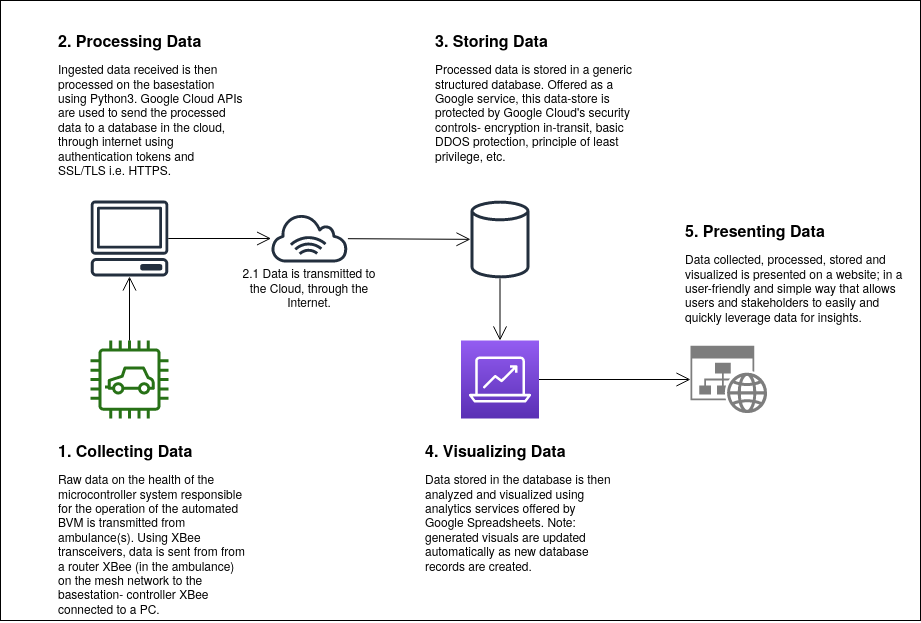
Before: docs/syshealth-finalrelease-doc/syshealth-finalrelease-images/4k-architecture.png, a diagram exported from draw.io (yoniblum/ENG4000-Team-A-F). Source tidied: cells renumbered, new cells last; positions are measured from the earlier drawing's top-left corner, leaving out a move shared by most shapes.
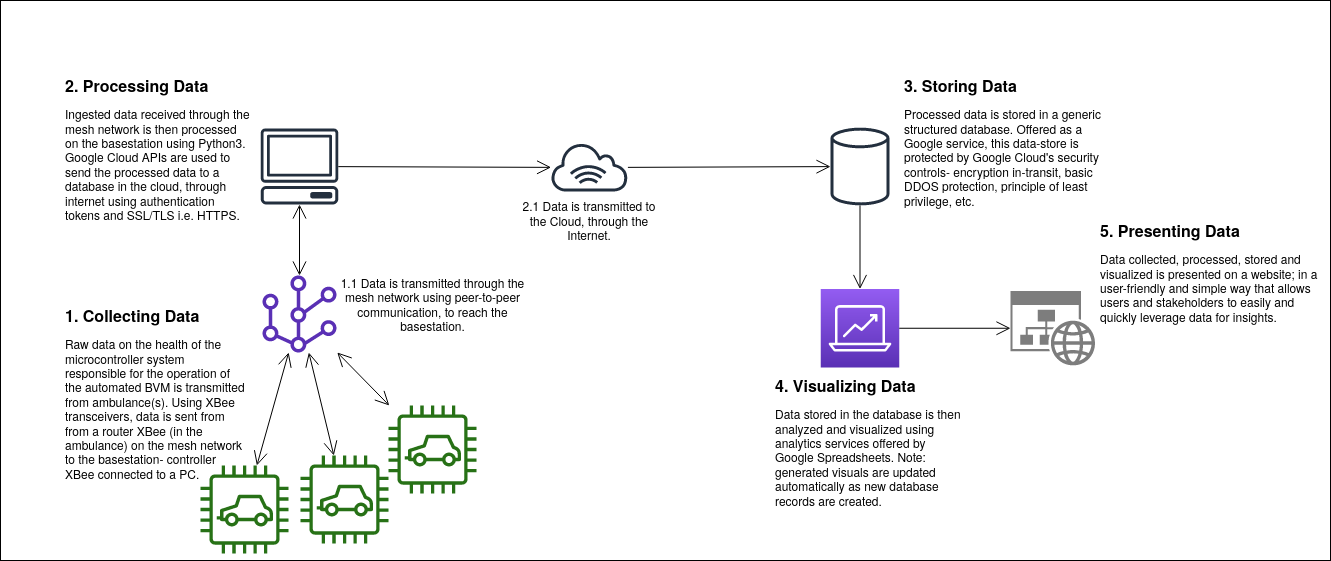
The same file after the commit.

What changed in the source:
```diff
@@ -3,19 +3,13 @@
     <mxCell id="0" />
     <mxCell id="1" parent="0" />
     <mxCell id="2" style="rounded=0;whiteSpace=wrap;html=1;" parent="1" vertex="1">
-      <mxGeometry width="920" height="620" as="geometry" />
+      <mxGeometry x="-170" y="-35" width="1330" height="560" as="geometry" />
     </mxCell>
-    <mxCell id="3" style="outlineConnect=0;fontColor=#232F3E;gradientColor=none;fillColor=#277116;strokeColor=none;dashed=0;verticalLabelPosition=bottom;verticalAlign=top;align=center;html=1;fontSize=12;fontStyle=0;shape=mxgraph.aws4.car;" parent="1" vertex="1">
-      <mxGeometry x="90" y="340" width="78" height="78" as="geometry" />
-    </mxCell>
-    <mxCell id="4" style="endArrow=open;endFill=1;endSize=12;html=1;" parent="1" edge="1" source="3" target="5">
-      <mxGeometry relative="1" as="geometry" />
-    </mxCell>
     <mxCell id="5" style="outlineConnect=0;fontColor=#232F3E;gradientColor=none;fillColor=#232F3E;strokeColor=none;dashed=0;verticalLabelPosition=bottom;verticalAlign=top;align=center;html=1;fontSize=12;fontStyle=0;shape=mxgraph.aws4.client;" parent="1" vertex="1">
-      <mxGeometry x="90" y="200" width="78" height="76" as="geometry" />
+      <mxGeometry x="90" y="93" width="78" height="76" as="geometry" />
     </mxCell>
     <mxCell id="6" style="outlineConnect=0;fontColor=#232F3E;gradientColor=none;fillColor=#232F3E;strokeColor=none;dashed=0;verticalLabelPosition=bottom;verticalAlign=top;align=center;html=1;fontSize=12;fontStyle=0;shape=mxgraph.aws4.internet_alt1;" parent="1" vertex="1">
-      <mxGeometry x="270" y="214" width="78" height="48" as="geometry" />
+      <mxGeometry x="380" y="108" width="78" height="48" as="geometry" />
     </mxCell>
     <mxCell id="7" style="endArrow=open;endFill=1;endSize=12;html=1;" parent="1" edge="1" source="5" target="6">
       <mxGeometry relative="1" as="geometry" />
@@ -24,37 +18,64 @@
       <mxGeometry relative="1" as="geometry" />
     </mxCell>
     <mxCell id="9" style="outlineConnect=0;fontColor=#232F3E;gradientColor=none;fillColor=#232F3E;strokeColor=none;dashed=0;verticalLabelPosition=bottom;verticalAlign=top;align=center;html=1;fontSize=12;fontStyle=0;shape=mxgraph.aws4.generic_database;" parent="1" vertex="1">
-      <mxGeometry x="470" y="200" width="59" height="78" as="geometry" />
+      <mxGeometry x="660" y="92" width="59" height="78" as="geometry" />
     </mxCell>
     <mxCell id="10" style="outlineConnect=0;fontColor=#232F3E;gradientColor=#945DF2;gradientDirection=north;fillColor=#5A30B5;strokeColor=#ffffff;dashed=0;verticalLabelPosition=bottom;verticalAlign=top;align=center;html=1;fontSize=12;fontStyle=0;shape=mxgraph.aws4.resourceIcon;resIcon=mxgraph.aws4.analytics;" parent="1" vertex="1">
-      <mxGeometry x="460.5" y="340" width="78" height="78" as="geometry" />
+      <mxGeometry x="650.2" y="253.5" width="78.5" height="78.5" as="geometry" />
     </mxCell>
     <mxCell id="11" style="endArrow=open;endFill=1;endSize=12;html=1;" parent="1" edge="1" source="9" target="10">
       <mxGeometry relative="1" as="geometry" />
     </mxCell>
     <mxCell id="12" value="&lt;h1 style=&quot;font-size: 16px&quot;&gt;1. Collecting Data&lt;br&gt;&lt;/h1&gt;&lt;p&gt;Raw data on the health of the microcontroller system responsible for the operation of the automated BVM is transmitted from ambulance(s). Using XBee transceivers, data is sent from from a router XBee (in the ambulance) on the mesh network to the basestation- controller XBee connected to a PC. &lt;br&gt;&lt;/p&gt;" style="text;html=1;strokeColor=none;fillColor=none;spacing=5;spacingTop=-20;whiteSpace=wrap;overflow=hidden;rounded=0;" parent="1" vertex="1">
-      <mxGeometry x="53" y="440" width="200" height="182" as="geometry" />
+      <mxGeometry x="-110" y="270" width="190" height="214" as="geometry" />
     </mxCell>
-    <mxCell id="13" value="&lt;h1 style=&quot;font-size: 16px&quot;&gt;2. Processing Data&lt;br&gt;&lt;/h1&gt;&lt;p&gt;Ingested data received is then processed on the basestation using Python3. Google Cloud APIs are used to send the processed data to a database in the cloud, through internet using authentication tokens and SSL/TLS i.e. HTTPS.&lt;br&gt;&lt;/p&gt;" style="text;html=1;strokeColor=none;fillColor=none;spacing=5;spacingTop=-20;whiteSpace=wrap;overflow=hidden;rounded=0;" parent="1" vertex="1">
-      <mxGeometry x="53" y="30" width="194" height="150" as="geometry" />
+    <mxCell id="13" value="&lt;h1 style=&quot;font-size: 16px&quot;&gt;2. Processing Data&lt;br&gt;&lt;/h1&gt;&lt;p&gt;Ingested data received through the mesh network is then processed on the basestation using Python3. Google Cloud APIs are used to send the processed data to a database in the cloud, through internet using authentication tokens and SSL/TLS i.e. HTTPS.&lt;br&gt;&lt;/p&gt;" style="text;html=1;strokeColor=none;fillColor=none;spacing=5;spacingTop=-20;whiteSpace=wrap;overflow=hidden;rounded=0;" parent="1" vertex="1">
+      <mxGeometry x="-110" y="40" width="194" height="150" as="geometry" />
     </mxCell>
     <mxCell id="14" value="&lt;h1 style=&quot;font-size: 16px&quot;&gt;3. Storing Data&lt;br&gt;&lt;/h1&gt;&lt;p&gt;Processed data is stored in a generic structured database. Offered as a Google service, this data-store is protected by Google Cloud's security controls- encryption in-transit, basic DDOS protection, principle of least privilege, etc.&lt;br&gt;&lt;/p&gt;" style="text;html=1;strokeColor=none;fillColor=none;spacing=5;spacingTop=-20;whiteSpace=wrap;overflow=hidden;rounded=0;" parent="1" vertex="1">
-      <mxGeometry x="430" y="30" width="210" height="140" as="geometry" />
+      <mxGeometry x="728.8" y="40" width="210" height="140" as="geometry" />
     </mxCell>
     <mxCell id="15" value="&lt;h1 style=&quot;font-size: 16px&quot;&gt;4. Visualizing Data&lt;br&gt;&lt;/h1&gt;&lt;p&gt;Data stored in the database is then analyzed and visualized using analytics services offered by Google Spreadsheets. Note: generated visuals are updated automatically as new database records are created.&lt;br&gt;&lt;/p&gt;" style="text;html=1;strokeColor=none;fillColor=none;spacing=5;spacingTop=-20;whiteSpace=wrap;overflow=hidden;rounded=0;" parent="1" vertex="1">
-      <mxGeometry x="420" y="440" width="200" height="182" as="geometry" />
+      <mxGeometry x="600" y="340" width="200" height="182" as="geometry" />
     </mxCell>
     <mxCell id="16" style="shadow=0;dashed=0;html=1;strokeColor=none;labelPosition=center;verticalLabelPosition=bottom;verticalAlign=top;align=center;shape=mxgraph.mscae.enterprise.website_generic;fillColor=#7D7D7D;" parent="1" vertex="1">
-      <mxGeometry x="690" y="345.2" width="76.7" height="67.5" as="geometry" />
+      <mxGeometry x="840" y="255.5" width="84.7" height="74.5" as="geometry" />
     </mxCell>
     <mxCell id="17" style="endArrow=open;endFill=1;endSize=12;html=1;" parent="1" edge="1" source="10" target="16">
       <mxGeometry relative="1" as="geometry" />
     </mxCell>
     <mxCell id="18" value="&lt;h1 style=&quot;font-size: 16px&quot;&gt;5. Presenting Data&lt;br&gt;&lt;/h1&gt;&lt;p&gt;Data collected, processed, stored and visualized is presented on a website; in a user-friendly and simple way that allows users and stakeholders to easily and quickly leverage data for insights.&amp;nbsp; &lt;br&gt;&lt;/p&gt;" style="text;html=1;strokeColor=none;fillColor=none;spacing=5;spacingTop=-20;whiteSpace=wrap;overflow=hidden;rounded=0;" parent="1" vertex="1">
-      <mxGeometry x="680" y="220" width="230" height="120" as="geometry" />
+      <mxGeometry x="924.6" y="185" width="230" height="120" as="geometry" />
     </mxCell>
     <mxCell id="19" value="2.1 Data is transmitted to the Cloud, through the Internet." style="text;html=1;strokeColor=none;fillColor=none;align=center;verticalAlign=middle;whiteSpace=wrap;rounded=0;" parent="1" vertex="1">
-      <mxGeometry x="234" y="262" width="150" height="50" as="geometry" />
+      <mxGeometry x="344" y="160" width="150" height="50" as="geometry" />
     </mxCell>
+    <mxCell id="20" style="outlineConnect=0;fontColor=#232F3E;gradientColor=none;fillColor=#277116;strokeColor=none;dashed=0;verticalLabelPosition=bottom;verticalAlign=top;align=center;html=1;fontSize=12;fontStyle=0;shape=mxgraph.aws4.car;" parent="1" vertex="1">
+      <mxGeometry x="30" y="430" width="88" height="88" as="geometry" />
+    </mxCell>
+    <mxCell id="21" style="outlineConnect=0;fontColor=#232F3E;gradientColor=none;fillColor=#277116;strokeColor=none;dashed=0;verticalLabelPosition=bottom;verticalAlign=top;align=center;html=1;fontSize=12;fontStyle=0;shape=mxgraph.aws4.car;" parent="1" vertex="1">
+      <mxGeometry x="130" y="420" width="88" height="88" as="geometry" />
+    </mxCell>
+    <mxCell id="22" style="startArrow=open;endArrow=open;endFill=1;endSize=12;html=1;startSize=12;" parent="1" edge="1" source="20" target="27">
+      <mxGeometry relative="1" as="geometry" />
+    </mxCell>
+    <mxCell id="23" style="startArrow=open;endArrow=open;endFill=1;endSize=12;html=1;startSize=12;" parent="1" edge="1" source="21" target="27">
+      <mxGeometry relative="1" as="geometry" />
+    </mxCell>
+    <mxCell id="24" style="outlineConnect=0;fontColor=#232F3E;gradientColor=none;fillColor=#277116;strokeColor=none;dashed=0;verticalLabelPosition=bottom;verticalAlign=top;align=center;html=1;fontSize=12;fontStyle=0;shape=mxgraph.aws4.car;" parent="1" vertex="1">
+      <mxGeometry x="218" y="370" width="88" height="88" as="geometry" />
+    </mxCell>
+    <mxCell id="25" style="startArrow=open;endArrow=open;endFill=1;endSize=12;html=1;startSize=12;" parent="1" edge="1" source="24" target="27">
+      <mxGeometry relative="1" as="geometry" />
+    </mxCell>
+    <mxCell id="26" value="1.1 Data is transmitted through the mesh network using peer-to-peer communication, to reach the basestation." style="text;html=1;strokeColor=none;fillColor=none;align=center;verticalAlign=middle;whiteSpace=wrap;rounded=0;" parent="1" vertex="1">
+      <mxGeometry x="158.5" y="240" width="207" height="57" as="geometry" />
+    </mxCell>
+    <mxCell id="27" style="outlineConnect=0;fontColor=#232F3E;gradientColor=none;fillColor=#5A30B5;strokeColor=none;dashed=0;verticalLabelPosition=bottom;verticalAlign=top;align=center;html=1;fontSize=12;fontStyle=0;shape=mxgraph.aws4.mesh;" parent="1" vertex="1">
+      <mxGeometry x="90" y="240" width="78" height="77" as="geometry" />
+    </mxCell>
+    <mxCell id="28" style="startArrow=open;endArrow=open;endFill=1;endSize=12;html=1;startSize=12;" parent="1" edge="1" source="27" target="5">
+      <mxGeometry relative="1" as="geometry" />
+    </mxCell>
   </root>
 </mxGraphModel>
```
